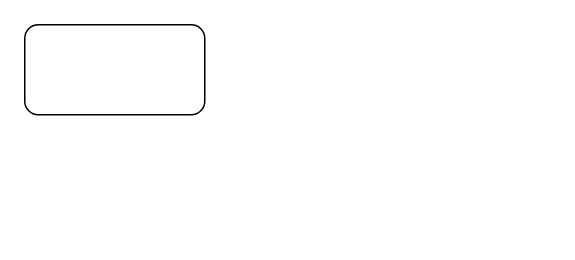
HXLMOM/cctest keeps this draw.io diagram as 未命名表单.drawio. Above is the earlier version. Source tidied: cells renumbered, new cells numbered last; positions are measured from the earlier drawing's top-left corner, leaving out a move shared by most shapes. Both pictures are drawn from the tidied source at 150%, with x=0, y=0 at pixel (24, 24).
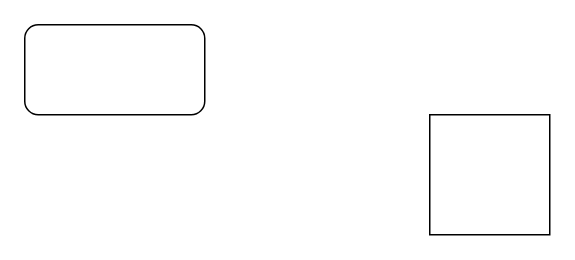
The same diagram, later.

Diff of the diagram source:
```diff
@@
 <mxGraphModel>
   <root>
     <mxCell id="0" />
     <mxCell id="1" parent="0" />
     <mxCell id="2" style="rounded=1;whiteSpace=wrap;html=1;" parent="1" vertex="1">
       <mxGeometry width="120" height="60" as="geometry" />
     </mxCell>
+    <mxCell id="3" style="whiteSpace=wrap;html=1;" parent="1" vertex="1">
+      <mxGeometry x="270" y="60" width="80" height="80" as="geometry" />
+    </mxCell>
   </root>
 </mxGraphModel>
```
